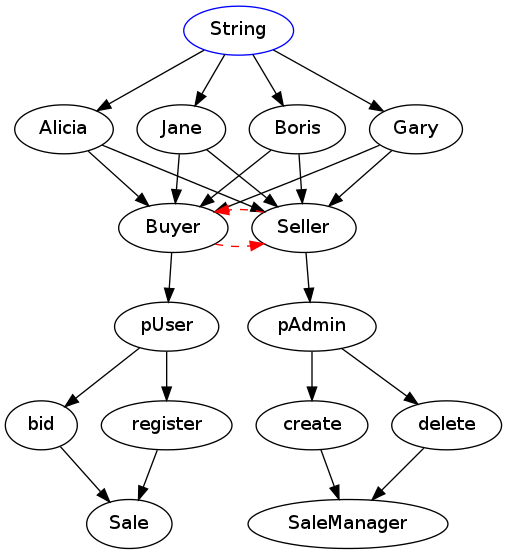
Earlier version of the Graphviz export graphs/Policy.png (bendavid-olivier/mdsec). Its source is kept beside it as graphs/Policy.dot.
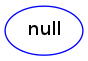
The same diagram one commit later.

What changed in the source:
```diff
@@ -1,41 +1,3 @@
 digraph G {
-String [color=blue shape=ellipse style=solid label=String  ];
-StringBoris [color=black shape=ellipse style=solid label=Boris  ];
-StringGary [color=black shape=ellipse style=solid label=Gary  ];
-StringAlicia [color=black shape=ellipse style=solid label=Alicia  ];
-StringJane [color=black shape=ellipse style=solid label=Jane  ];
-StringBuyer [color=black shape=ellipse style=solid label=Buyer  ];
-StringSeller [color=black shape=ellipse style=solid label=Seller  ];
-StringpUser [color=black shape=ellipse style=solid label=pUser  ];
-StringpAdmin [color=black shape=ellipse style=solid label=pAdmin  ];
-StringSale [color=black shape=ellipse style=solid label=Sale  ];
-StringSaleManager [color=black shape=ellipse style=solid label=SaleManager  ];
-StringpUserbid [color=black shape=ellipse style=solid label=bid  ];
-StringpUserregister [color=black shape=ellipse style=solid label=register  ];
-StringpAdmincreate [color=black shape=ellipse style=solid label=create  ];
-StringpAdmindelete [color=black shape=ellipse style=solid label=delete  ];
-String -> StringBoris[constraint=true color=black style=solid];
-StringBoris -> StringBuyer[constraint=true color=black style=solid];
-StringBoris -> StringSeller[constraint=true color=black style=solid];
-String -> StringGary[constraint=true color=black style=solid];
-StringGary -> StringBuyer[constraint=true color=black style=solid];
-StringGary -> StringSeller[constraint=true color=black style=solid];
-String -> StringAlicia[constraint=true color=black style=solid];
-StringAlicia -> StringBuyer[constraint=true color=black style=solid];
-StringAlicia -> StringSeller[constraint=true color=black style=solid];
-String -> StringJane[constraint=true color=black style=solid];
-StringJane -> StringBuyer[constraint=true color=black style=solid];
-StringJane -> StringSeller[constraint=true color=black style=solid];
-StringBuyer -> StringpUser[constraint=true color=black style=solid];
-StringBuyer -> StringSeller[constraint=false color=red style=dashed];
-StringSeller -> StringBuyer[constraint=false color=red style=dashed];
-StringSeller -> StringpAdmin[constraint=true color=black style=solid];
-StringpUser -> StringpUserbid[constraint=true color=black style=solid];
-StringpUser -> StringpUserregister[constraint=true color=black style=solid];
-StringpUserbid -> StringSale[constraint=true color=black style=solid];
-StringpUserregister -> StringSale[constraint=true color=black style=solid];
-StringpAdmin -> StringpAdmincreate[constraint=true color=black style=solid];
-StringpAdmin -> StringpAdmindelete[constraint=true color=black style=solid];
-StringpAdmincreate -> StringSaleManager[constraint=true color=black style=solid];
-StringpAdmindelete -> StringSaleManager[constraint=true color=black style=solid];
+null [color=blue shape=ellipse style=solid label=null  ];
 }
```
